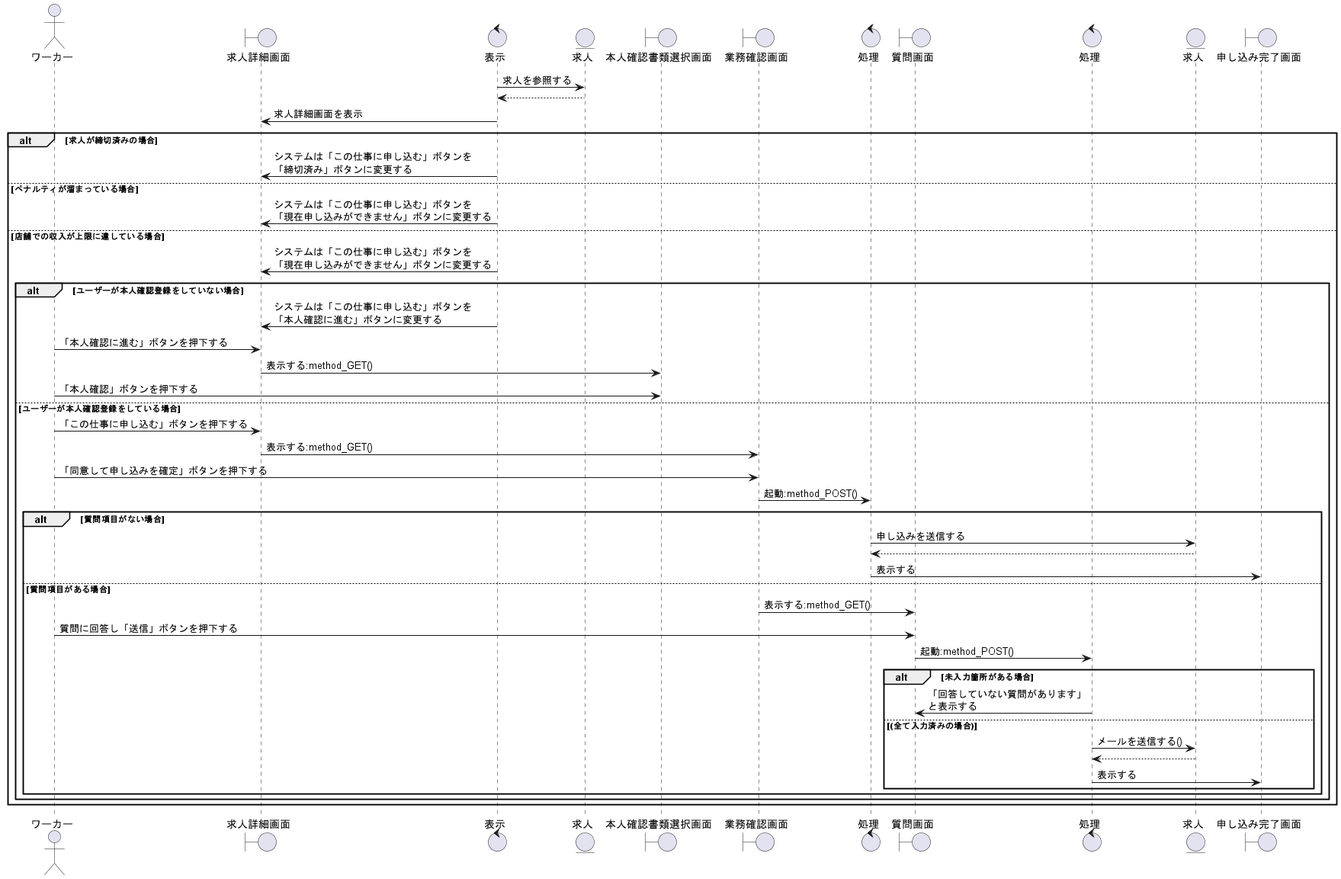
The PlantUML diagram out/sequence_fig/2_search_fn/05_応募の申し込みをする/応募の申し込みをする.png in irukacb256/high_Me, before a commit.
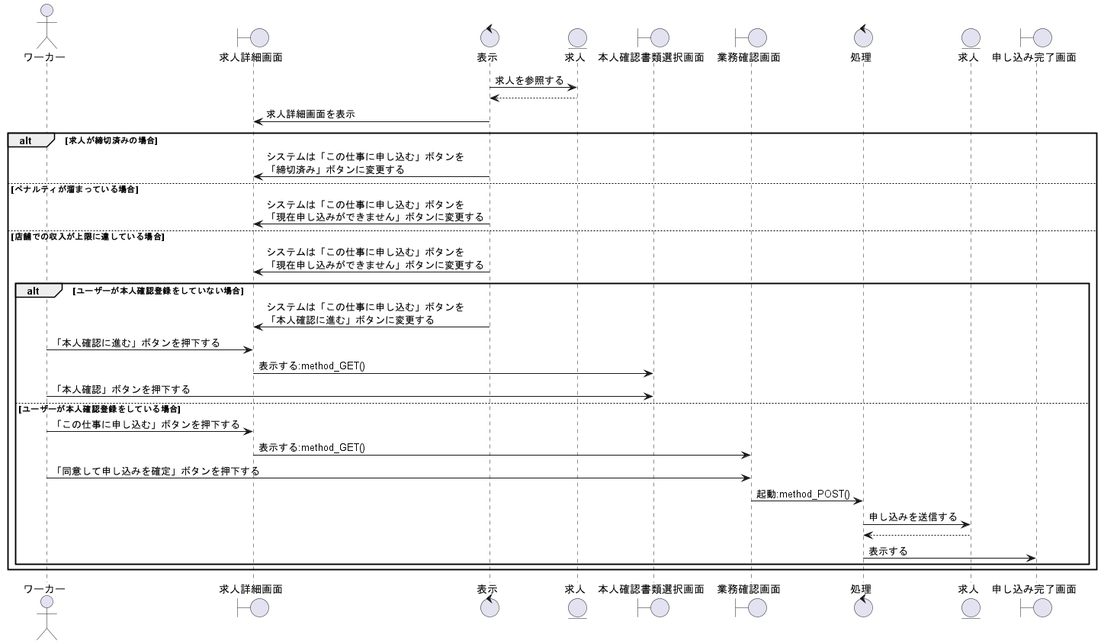
The same diagram one commit later.

The edit, as a diff of the source:
```diff
@@ -7,8 +7,6 @@
 boundary 本人確認書類選択画面 as iv1
 boundary 業務確認画面 as bc1
 control 処理 as co2
-boundary 質問画面 as qu1
-control 処理 as co3
 
 entity 求人 as ml1
 
@@ -40,24 +38,10 @@
         wo1 -> bc1 : 「同意して申し込みを確定」ボタンを押下する
         bc1 -> co2 : 起動:method_POST()
 
-        alt 質問項目がない場合
-            co2 -> ml1 : 申し込みを送信する
-            co2 <-- ml1
-            co2 -> ac1 : 表示する
+        co2 -> ml1 : 申し込みを送信する
+        co2 <-- ml1
+        co2 -> ac1 : 表示する
 
-        else 質問項目がある場合
-            bc1 -> qu1 : 表示する:method_GET()
-            wo1 -> qu1 : 質問に回答し「送信」ボタンを押下する
-            qu1 -> co3 : 起動:method_POST()
-
-            alt 未入力箇所がある場合
-                co3 -> qu1 : 「回答していない質問があります」\nと表示する
-            else (全て入力済みの場合)
-                co3 -> ml1 : メールを送信する()
-                co3 <-- ml1
-                co3 -> ac1 : 表示する
-            end
-        end
     end
 end
 
```
